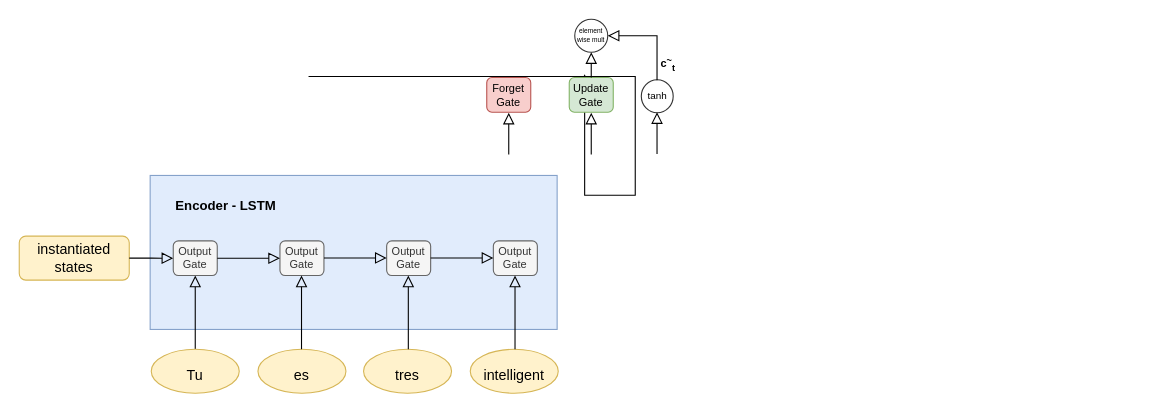
The draw.io diagram _notebooks/images/seq2seqLSTM/images/encoder_decoder.drawio in nikita-yatchenko/blog, before the edit. Source tidied: cells renumbered, new cells numbered last; positions are measured from the earlier drawing's top-left corner, leaving out a move shared by most shapes. Both pictures are drawn from the tidied source at 110%, with x=0, y=0 at pixel (19, 19).
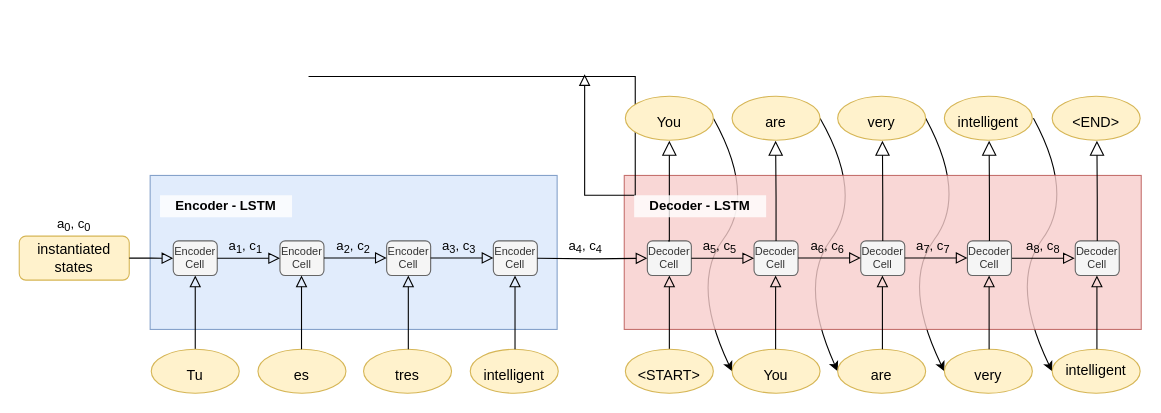
Above is the later version.

Change to the diagram source:
```diff
@@
+    <mxCell id="32" style="curved=1;endArrow=classic;html=1;strokeWidth=1;fontColor=#FFFFFF;exitX=1;exitY=0.5;exitDx=0;exitDy=0;entryX=0;entryY=0.5;entryDx=0;entryDy=0;" parent="1" edge="1" target="70">
+      <mxGeometry relative="1" as="geometry">
+        <mxPoint x="922" y="90" as="sourcePoint" />
+        <Array as="points">
+          <mxPoint x="960" y="160" />
+          <mxPoint x="900" y="240" />
+        </Array>
+      </mxGeometry>
+    </mxCell>
+    <mxCell id="33" style="curved=1;endArrow=classic;html=1;strokeWidth=1;fontColor=#FFFFFF;exitX=1;exitY=0.5;exitDx=0;exitDy=0;entryX=0;entryY=0.5;entryDx=0;entryDy=0;" parent="1" edge="1" source="66" target="47">
+      <mxGeometry relative="1" as="geometry">
+        <Array as="points">
+          <mxPoint x="768" y="160" />
+          <mxPoint x="708" y="240" />
+        </Array>
+      </mxGeometry>
+    </mxCell>
+    <mxCell id="34" style="curved=1;endArrow=classic;html=1;strokeWidth=1;fontColor=#FFFFFF;exitX=1;exitY=0.5;exitDx=0;exitDy=0;entryX=0;entryY=0.5;entryDx=0;entryDy=0;" parent="1" edge="1" source="67" target="48">
+      <mxGeometry relative="1" as="geometry">
+        <Array as="points">
+          <mxPoint x="862" y="160" />
+          <mxPoint x="802" y="240" />
+        </Array>
+      </mxGeometry>
+    </mxCell>
+    <mxCell id="35" style="curved=1;endArrow=classic;html=1;strokeWidth=1;fontColor=#FFFFFF;entryX=0;entryY=0.5;entryDx=0;entryDy=0;exitX=1;exitY=0.5;exitDx=0;exitDy=0;" parent="1" edge="1" source="65" target="46">
+      <mxGeometry relative="1" as="geometry">
+        <Array as="points">
+          <mxPoint x="670" y="160" />
+          <mxPoint x="610" y="240" />
+        </Array>
+      </mxGeometry>
+    </mxCell>
+    <mxCell id="36" style="rounded=0;whiteSpace=wrap;html=1;fillColor=#f8cecc;strokeColor=#b85450;opacity=80;" parent="1" vertex="1">
+      <mxGeometry x="550" y="142" width="470" height="140" as="geometry" />
+    </mxCell>
@@
-    <mxCell id="7" value="Encoder - LSTM" style="text;html=1;strokeColor=none;fillColor=none;align=center;verticalAlign=middle;whiteSpace=wrap;rounded=0;opacity=80;fontStyle=1;" parent="1" vertex="1">
+    <mxCell id="7" value="Encoder - LSTM" style="text;html=1;strokeColor=none;align=center;verticalAlign=middle;whiteSpace=wrap;rounded=0;opacity=80;fontStyle=1;fillColor=#ffffff;" parent="1" vertex="1">
       <mxGeometry x="128" y="160" width="120" height="20" as="geometry" />
     </mxCell>
@@
-    <mxCell id="9" style="rounded=0;html=1;jettySize=auto;orthogonalLoop=1;fontSize=11;endArrow=block;endFill=0;endSize=8;strokeWidth=1;shadow=0;labelBackgroundColor=none;edgeStyle=orthogonalEdgeStyle;exitX=0.5;exitY=0;exitDx=0;exitDy=0;" parent="1" edge="1">
-      <mxGeometry x="0.33" y="20" relative="1" as="geometry">
-        <mxPoint x="445" y="123" as="sourcePoint" />
-        <mxPoint x="445" y="85" as="targetPoint" />
-        <Array as="points">
-          <mxPoint x="445" y="85" />
-        </Array>
-      </mxGeometry>
-    </mxCell>
-    <mxCell id="10" value="Forget Gate" style="rounded=1;whiteSpace=wrap;html=1;fillColor=#f8cecc;strokeColor=#b85450;fontSize=10;" parent="1" vertex="1">
-      <mxGeometry x="425" y="53" width="40" height="31.5" as="geometry" />
-    </mxCell>
-    <mxCell id="11" style="rounded=0;html=1;jettySize=auto;orthogonalLoop=1;fontSize=11;endArrow=block;endFill=0;endSize=8;strokeWidth=1;shadow=0;labelBackgroundColor=none;edgeStyle=orthogonalEdgeStyle;exitX=0.5;exitY=0;exitDx=0;exitDy=0;" parent="1" edge="1">
-      <mxGeometry x="0.33" y="20" relative="1" as="geometry">
-        <mxPoint x="520" y="123" as="sourcePoint" />
-        <mxPoint x="520" y="85" as="targetPoint" />
-        <Array as="points">
-          <mxPoint x="520" y="85" />
-        </Array>
-      </mxGeometry>
-    </mxCell>
-    <mxCell id="12" value="Update&lt;br style=&quot;font-size: 10px;&quot;&gt;Gate" style="rounded=1;whiteSpace=wrap;html=1;fillColor=#d5e8d4;strokeColor=#82b366;fontSize=10;" parent="1" vertex="1">
-      <mxGeometry x="500" y="53" width="40" height="31.5" as="geometry" />
-    </mxCell>
-    <mxCell id="13" value="tanh" style="ellipse;whiteSpace=wrap;html=1;opacity=80;fontSize=9;direction=south;" parent="1" vertex="1">
-      <mxGeometry x="565.5" y="55" width="29" height="30" as="geometry" />
-    </mxCell>
-    <mxCell id="14" style="rounded=0;html=1;jettySize=auto;orthogonalLoop=1;fontSize=11;endArrow=block;endFill=0;endSize=8;strokeWidth=1;shadow=0;labelBackgroundColor=none;edgeStyle=orthogonalEdgeStyle;exitX=0.5;exitY=0;exitDx=0;exitDy=0;" parent="1" edge="1">
-      <mxGeometry x="0.33" y="20" relative="1" as="geometry">
-        <mxPoint x="579.8" y="122.5" as="sourcePoint" />
-        <mxPoint x="579.8" y="84.5" as="targetPoint" />
-        <Array as="points">
-          <mxPoint x="579.8" y="84.5" />
-        </Array>
-      </mxGeometry>
-    </mxCell>
-    <mxCell id="15" style="rounded=0;html=1;jettySize=auto;fontSize=11;endArrow=block;endFill=0;endSize=8;strokeWidth=1;shadow=0;labelBackgroundColor=none;edgeStyle=orthogonalEdgeStyle;exitX=0.5;exitY=0;exitDx=0;exitDy=0;entryX=1;entryY=0.5;entryDx=0;entryDy=0;" parent="1" edge="1" target="17">
-      <mxGeometry x="0.33" y="20" relative="1" as="geometry">
-        <mxPoint x="579.8" y="55.5" as="sourcePoint" />
-        <Array as="points">
-          <mxPoint x="580" y="15" />
-        </Array>
-      </mxGeometry>
-    </mxCell>
-    <mxCell id="16" value="c&lt;sup&gt;~&lt;/sup&gt;&lt;sub&gt;t&lt;/sub&gt;" style="text;html=1;strokeColor=none;fillColor=none;align=center;verticalAlign=middle;whiteSpace=wrap;rounded=0;fontSize=10;fontStyle=1;" parent="1" vertex="1">
-      <mxGeometry x="570" y="30" width="40" height="20" as="geometry" />
-    </mxCell>
-    <mxCell id="17" value="element wise mult" style="ellipse;whiteSpace=wrap;html=1;opacity=80;fontSize=6;" parent="1" vertex="1">
-      <mxGeometry x="505" width="30" height="30" as="geometry" />
-    </mxCell>
-    <mxCell id="18" style="rounded=0;html=1;jettySize=auto;fontSize=11;endArrow=block;endFill=0;endSize=8;strokeWidth=1;shadow=0;labelBackgroundColor=none;edgeStyle=orthogonalEdgeStyle;entryX=0.5;entryY=1;entryDx=0;entryDy=0;" parent="1" edge="1" target="17">
-      <mxGeometry x="0.33" y="20" relative="1" as="geometry">
-        <mxPoint x="520" y="53" as="sourcePoint" />
-        <Array as="points">
-          <mxPoint x="520" y="53" />
-        </Array>
-      </mxGeometry>
-    </mxCell>
-    <mxCell id="19" value="Output&lt;br style=&quot;font-size: 10px&quot;&gt;Gate" style="rounded=1;whiteSpace=wrap;html=1;fillColor=#f5f5f5;strokeColor=#666666;fontSize=10;fontColor=#333333;" parent="1" vertex="1">
+    <mxCell id="19" value="Encoder Cell" style="rounded=1;whiteSpace=wrap;html=1;fillColor=#f5f5f5;strokeColor=#666666;fontSize=10;fontColor=#333333;" parent="1" vertex="1">
       <mxGeometry x="140" y="201.5" width="40" height="31.5" as="geometry" />
     </mxCell>
@@
-    <mxCell id="23" value="Output&lt;br style=&quot;font-size: 10px&quot;&gt;Gate" style="rounded=1;whiteSpace=wrap;html=1;fillColor=#f5f5f5;strokeColor=#666666;fontSize=10;fontColor=#333333;" parent="1" vertex="1">
+    <mxCell id="23" value="Encoder Cell" style="rounded=1;whiteSpace=wrap;html=1;fillColor=#f5f5f5;strokeColor=#666666;fontSize=10;fontColor=#333333;" parent="1" vertex="1">
       <mxGeometry x="237" y="201.5" width="40" height="31.5" as="geometry" />
     </mxCell>
-    <mxCell id="24" value="Output&lt;br style=&quot;font-size: 10px&quot;&gt;Gate" style="rounded=1;whiteSpace=wrap;html=1;fillColor=#f5f5f5;strokeColor=#666666;fontSize=10;fontColor=#333333;" parent="1" vertex="1">
+    <mxCell id="24" value="Encoder Cell" style="rounded=1;whiteSpace=wrap;html=1;fillColor=#f5f5f5;strokeColor=#666666;fontSize=10;fontColor=#333333;" parent="1" vertex="1">
       <mxGeometry x="334" y="201.5" width="40" height="31.5" as="geometry" />
     </mxCell>
-    <mxCell id="25" value="Output&lt;br style=&quot;font-size: 10px&quot;&gt;Gate" style="rounded=1;whiteSpace=wrap;html=1;fillColor=#f5f5f5;strokeColor=#666666;fontSize=10;fontColor=#333333;" parent="1" vertex="1">
+    <mxCell id="25" value="Encoder Cell" style="rounded=1;whiteSpace=wrap;html=1;fillColor=#f5f5f5;strokeColor=#666666;fontSize=10;fontColor=#333333;" parent="1" vertex="1">
       <mxGeometry x="431" y="201.5" width="40" height="31.5" as="geometry" />
     </mxCell>
@@
+    <mxCell id="37" value="&lt;font style=&quot;font-size: 12px&quot;&gt;a&lt;sub&gt;0&lt;/sub&gt;, c&lt;sub&gt;0&lt;/sub&gt;&lt;/font&gt;" style="text;html=1;strokeColor=none;fillColor=none;align=center;verticalAlign=middle;whiteSpace=wrap;rounded=0;" parent="1" vertex="1">
+      <mxGeometry x="30" y="177" width="40" height="20" as="geometry" />
+    </mxCell>
+    <mxCell id="38" value="&lt;font style=&quot;font-size: 12px&quot;&gt;a&lt;sub&gt;1&lt;/sub&gt;, c&lt;sub&gt;1&lt;/sub&gt;&lt;/font&gt;" style="text;html=1;strokeColor=none;fillColor=none;align=center;verticalAlign=middle;whiteSpace=wrap;rounded=0;" parent="1" vertex="1">
+      <mxGeometry x="186" y="197.2" width="40" height="20" as="geometry" />
+    </mxCell>
+    <mxCell id="39" value="&lt;font style=&quot;font-size: 12px&quot;&gt;a&lt;sub&gt;2&lt;/sub&gt;, c&lt;sub&gt;2&lt;/sub&gt;&lt;/font&gt;" style="text;html=1;strokeColor=none;fillColor=none;align=center;verticalAlign=middle;whiteSpace=wrap;rounded=0;" parent="1" vertex="1">
+      <mxGeometry x="284" y="197.2" width="40" height="20" as="geometry" />
+    </mxCell>
+    <mxCell id="40" value="&lt;font style=&quot;font-size: 12px&quot;&gt;a&lt;sub&gt;3&lt;/sub&gt;, c&lt;sub&gt;3&lt;/sub&gt;&lt;/font&gt;" style="text;html=1;strokeColor=none;fillColor=none;align=center;verticalAlign=middle;whiteSpace=wrap;rounded=0;" parent="1" vertex="1">
+      <mxGeometry x="380" y="197.2" width="40" height="20" as="geometry" />
+    </mxCell>
+    <mxCell id="41" value="&lt;font style=&quot;font-size: 12px&quot;&gt;a&lt;sub&gt;4&lt;/sub&gt;, c&lt;sub&gt;4&lt;/sub&gt;&lt;/font&gt;" style="text;html=1;strokeColor=none;fillColor=none;align=center;verticalAlign=middle;whiteSpace=wrap;rounded=0;" parent="1" vertex="1">
+      <mxGeometry x="495" y="197.2" width="40" height="20" as="geometry" />
+    </mxCell>
+    <mxCell id="42" style="edgeStyle=orthogonalEdgeStyle;rounded=0;html=1;jettySize=auto;fontSize=11;endArrow=block;endFill=0;endSize=8;strokeWidth=1;shadow=0;labelBackgroundColor=none;entryX=0;entryY=0.5;entryDx=0;entryDy=0;" parent="1" edge="1" target="45">
+      <mxGeometry y="10" relative="1" as="geometry">
+        <mxPoint x="471" y="217.3" as="sourcePoint" />
+      </mxGeometry>
+    </mxCell>
+    <mxCell id="43" style="rounded=0;html=1;jettySize=auto;fontSize=11;endArrow=block;endFill=0;endSize=8;strokeWidth=1;shadow=0;labelBackgroundColor=none;edgeStyle=orthogonalEdgeStyle;exitX=0.5;exitY=0;exitDx=0;exitDy=0;entryX=0.5;entryY=1;entryDx=0;entryDy=0;" parent="1" edge="1" source="44" target="45">
+      <mxGeometry x="0.33" y="20" relative="1" as="geometry" />
+    </mxCell>
+    <mxCell id="44" value="&lt;font style=&quot;line-height: 0%&quot;&gt;&lt;sub&gt;&lt;span style=&quot;font-size: 13px&quot;&gt;&amp;lt;START&amp;gt;&lt;/span&gt;&lt;br&gt;&lt;/sub&gt;&lt;/font&gt;" style="ellipse;whiteSpace=wrap;html=1;fillColor=#fff2cc;strokeColor=#d6b656;" parent="1" vertex="1">
+      <mxGeometry x="551" y="300" width="80" height="40" as="geometry" />
+    </mxCell>
+    <mxCell id="45" value="Decoder Cell" style="rounded=1;whiteSpace=wrap;html=1;fillColor=#f5f5f5;strokeColor=#666666;fontSize=10;fontColor=#333333;" parent="1" vertex="1">
+      <mxGeometry x="571" y="201.5" width="40" height="31.5" as="geometry" />
+    </mxCell>
+    <mxCell id="46" value="&lt;font style=&quot;line-height: 0%&quot;&gt;&lt;sub&gt;&lt;span style=&quot;font-size: 13px&quot;&gt;You&lt;/span&gt;&lt;br&gt;&lt;/sub&gt;&lt;/font&gt;" style="ellipse;whiteSpace=wrap;html=1;fillColor=#fff2cc;strokeColor=#d6b656;" parent="1" vertex="1">
+      <mxGeometry x="648" y="300" width="80" height="40" as="geometry" />
+    </mxCell>
+    <mxCell id="47" value="&lt;font style=&quot;line-height: 0%&quot;&gt;&lt;sub&gt;&lt;span style=&quot;font-size: 13px&quot;&gt;are&lt;/span&gt;&lt;br&gt;&lt;/sub&gt;&lt;/font&gt;" style="ellipse;whiteSpace=wrap;html=1;fillColor=#fff2cc;strokeColor=#d6b656;" parent="1" vertex="1">
+      <mxGeometry x="744" y="300" width="80" height="40" as="geometry" />
+    </mxCell>
+    <mxCell id="48" value="&lt;font style=&quot;line-height: 0%&quot;&gt;&lt;sub&gt;&lt;span style=&quot;font-size: 13px&quot;&gt;very&lt;/span&gt;&lt;br&gt;&lt;/sub&gt;&lt;/font&gt;" style="ellipse;whiteSpace=wrap;html=1;fillColor=#fff2cc;strokeColor=#d6b656;" parent="1" vertex="1">
+      <mxGeometry x="841" y="300" width="80" height="40" as="geometry" />
+    </mxCell>
+    <mxCell id="49" value="Decoder Cell" style="rounded=1;whiteSpace=wrap;html=1;fillColor=#f5f5f5;strokeColor=#666666;fontSize=10;fontColor=#333333;" parent="1" vertex="1">
+      <mxGeometry x="668" y="201.5" width="40" height="31.5" as="geometry" />
+    </mxCell>
+    <mxCell id="50" value="Decoder Cell" style="rounded=1;whiteSpace=wrap;html=1;fillColor=#f5f5f5;strokeColor=#666666;fontSize=10;fontColor=#333333;" parent="1" vertex="1">
+      <mxGeometry x="765" y="201.5" width="40" height="31.5" as="geometry" />
+    </mxCell>
+    <mxCell id="51" value="Decoder Cell" style="rounded=1;whiteSpace=wrap;html=1;fillColor=#f5f5f5;strokeColor=#666666;fontSize=10;fontColor=#333333;" parent="1" vertex="1">
+      <mxGeometry x="862" y="201.5" width="40" height="31.5" as="geometry" />
+    </mxCell>
+    <mxCell id="52" style="rounded=0;html=1;jettySize=auto;orthogonalLoop=1;fontSize=11;endArrow=block;endFill=0;endSize=8;strokeWidth=1;shadow=0;labelBackgroundColor=none;edgeStyle=orthogonalEdgeStyle;exitX=0.5;exitY=0;exitDx=0;exitDy=0;entryX=0.5;entryY=1;entryDx=0;entryDy=0;" parent="1" edge="1">
+      <mxGeometry x="0.33" y="20" relative="1" as="geometry">
+        <mxPoint x="687.6" y="300" as="sourcePoint" />
+        <mxPoint x="687.6" y="233" as="targetPoint" />
+      </mxGeometry>
+    </mxCell>
+    <mxCell id="53" style="rounded=0;html=1;jettySize=auto;orthogonalLoop=1;fontSize=11;endArrow=block;endFill=0;endSize=8;strokeWidth=1;shadow=0;labelBackgroundColor=none;edgeStyle=orthogonalEdgeStyle;exitX=0.5;exitY=0;exitDx=0;exitDy=0;entryX=0.5;entryY=1;entryDx=0;entryDy=0;" parent="1" edge="1">
+      <mxGeometry x="0.33" y="20" relative="1" as="geometry">
+        <mxPoint x="784.7" y="300" as="sourcePoint" />
+        <mxPoint x="784.7" y="233" as="targetPoint" />
+      </mxGeometry>
+    </mxCell>
+    <mxCell id="54" style="rounded=0;html=1;jettySize=auto;orthogonalLoop=1;fontSize=11;endArrow=block;endFill=0;endSize=8;strokeWidth=1;shadow=0;labelBackgroundColor=none;edgeStyle=orthogonalEdgeStyle;exitX=0.5;exitY=0;exitDx=0;exitDy=0;entryX=0.5;entryY=1;entryDx=0;entryDy=0;" parent="1" edge="1">
+      <mxGeometry x="0.33" y="20" relative="1" as="geometry">
+        <mxPoint x="881.7" y="300" as="sourcePoint" />
+        <mxPoint x="881.7" y="233" as="targetPoint" />
+      </mxGeometry>
+    </mxCell>
+    <mxCell id="55" style="edgeStyle=orthogonalEdgeStyle;rounded=0;html=1;jettySize=auto;fontSize=11;endArrow=block;endFill=0;endSize=8;strokeWidth=1;shadow=0;labelBackgroundColor=none;entryX=0;entryY=0.5;entryDx=0;entryDy=0;" parent="1" edge="1" source="45" target="49">
+      <mxGeometry y="10" relative="1" as="geometry" />
+    </mxCell>
+    <mxCell id="56" style="edgeStyle=orthogonalEdgeStyle;rounded=0;html=1;jettySize=auto;orthogonalLoop=1;fontSize=11;endArrow=block;endFill=0;endSize=8;strokeWidth=1;shadow=0;labelBackgroundColor=none;entryX=0;entryY=0.5;entryDx=0;entryDy=0;" parent="1" edge="1">
+      <mxGeometry y="10" relative="1" as="geometry">
+        <mxPoint x="708" y="217" as="sourcePoint" />
+        <mxPoint x="765" y="217" as="targetPoint" />
+      </mxGeometry>
+    </mxCell>
+    <mxCell id="57" style="edgeStyle=orthogonalEdgeStyle;rounded=0;html=1;jettySize=auto;orthogonalLoop=1;fontSize=11;endArrow=block;endFill=0;endSize=8;strokeWidth=1;shadow=0;labelBackgroundColor=none;entryX=0;entryY=0.5;entryDx=0;entryDy=0;" parent="1" edge="1">
+      <mxGeometry y="10" relative="1" as="geometry">
+        <mxPoint x="805" y="217" as="sourcePoint" />
+        <mxPoint x="862" y="217" as="targetPoint" />
+      </mxGeometry>
+    </mxCell>
+    <mxCell id="58" value="&lt;font style=&quot;font-size: 12px&quot;&gt;a&lt;sub&gt;5&lt;/sub&gt;, c&lt;sub&gt;5&lt;/sub&gt;&lt;/font&gt;" style="text;html=1;strokeColor=none;fillColor=none;align=center;verticalAlign=middle;whiteSpace=wrap;rounded=0;" parent="1" vertex="1">
+      <mxGeometry x="617" y="197.2" width="40" height="20" as="geometry" />
+    </mxCell>
+    <mxCell id="59" value="&lt;font style=&quot;font-size: 12px&quot;&gt;a&lt;sub&gt;6&lt;/sub&gt;, c&lt;sub&gt;6&lt;/sub&gt;&lt;/font&gt;" style="text;html=1;strokeColor=none;fillColor=none;align=center;verticalAlign=middle;whiteSpace=wrap;rounded=0;" parent="1" vertex="1">
+      <mxGeometry x="715" y="197.2" width="40" height="20" as="geometry" />
+    </mxCell>
+    <mxCell id="60" value="&lt;font style=&quot;font-size: 12px&quot;&gt;a&lt;sub&gt;7&lt;/sub&gt;, c&lt;sub&gt;7&lt;/sub&gt;&lt;/font&gt;" style="text;html=1;strokeColor=none;fillColor=none;align=center;verticalAlign=middle;whiteSpace=wrap;rounded=0;" parent="1" vertex="1">
+      <mxGeometry x="811" y="197.2" width="40" height="20" as="geometry" />
+    </mxCell>
+    <mxCell id="61" style="rounded=0;html=1;jettySize=auto;orthogonalLoop=1;fontSize=11;endArrow=block;endFill=0;endSize=11;strokeWidth=1;shadow=0;labelBackgroundColor=none;edgeStyle=orthogonalEdgeStyle;exitX=0.5;exitY=0;exitDx=0;exitDy=0;entryX=0.5;entryY=1;entryDx=0;entryDy=0;targetPerimeterSpacing=0;sourcePerimeterSpacing=0;" parent="1" edge="1">
+      <mxGeometry x="0.33" y="20" relative="1" as="geometry">
+        <mxPoint x="590" y="201.5" as="sourcePoint" />
+        <mxPoint x="591" y="110.5" as="targetPoint" />
+        <Array as="points">
+          <mxPoint x="591" y="201" />
+        </Array>
+      </mxGeometry>
+    </mxCell>
+    <mxCell id="62" style="rounded=0;html=1;jettySize=auto;fontSize=11;endArrow=block;endFill=0;endSize=11;strokeWidth=1;shadow=0;labelBackgroundColor=none;edgeStyle=orthogonalEdgeStyle;exitX=0.5;exitY=0;exitDx=0;exitDy=0;entryX=0.5;entryY=1;entryDx=0;entryDy=0;targetPerimeterSpacing=0;sourcePerimeterSpacing=0;" parent="1" edge="1" source="49">
+      <mxGeometry x="0.33" y="20" relative="1" as="geometry">
+        <mxPoint x="687.6" y="110.5" as="targetPoint" />
+      </mxGeometry>
+    </mxCell>
+    <mxCell id="63" style="rounded=0;html=1;jettySize=auto;fontSize=11;endArrow=block;endFill=0;endSize=11;strokeWidth=1;shadow=0;labelBackgroundColor=none;edgeStyle=orthogonalEdgeStyle;exitX=0.5;exitY=0;exitDx=0;exitDy=0;entryX=0.5;entryY=1;entryDx=0;entryDy=0;targetPerimeterSpacing=0;sourcePerimeterSpacing=0;" parent="1" edge="1" source="50">
+      <mxGeometry x="0.33" y="20" relative="1" as="geometry">
+        <mxPoint x="784.7" y="110.5" as="targetPoint" />
+      </mxGeometry>
+    </mxCell>
+    <mxCell id="64" style="rounded=0;html=1;jettySize=auto;fontSize=11;endArrow=block;endFill=0;endSize=11;strokeWidth=1;shadow=0;labelBackgroundColor=none;edgeStyle=orthogonalEdgeStyle;exitX=0.5;exitY=0;exitDx=0;exitDy=0;entryX=0.5;entryY=1;entryDx=0;entryDy=0;targetPerimeterSpacing=0;sourcePerimeterSpacing=0;" parent="1" edge="1" source="51">
+      <mxGeometry x="0.33" y="20" relative="1" as="geometry">
+        <mxPoint x="881.7" y="110.5" as="targetPoint" />
+      </mxGeometry>
+    </mxCell>
+    <mxCell id="65" value="&lt;font style=&quot;line-height: 0%&quot;&gt;&lt;sub&gt;&lt;span style=&quot;font-size: 13px&quot;&gt;You&lt;/span&gt;&lt;br&gt;&lt;/sub&gt;&lt;/font&gt;" style="ellipse;whiteSpace=wrap;html=1;fillColor=#fff2cc;strokeColor=#d6b656;" parent="1" vertex="1">
+      <mxGeometry x="551" y="70" width="80" height="40" as="geometry" />
+    </mxCell>
+    <mxCell id="66" value="&lt;font style=&quot;line-height: 0%&quot;&gt;&lt;sub&gt;&lt;span style=&quot;font-size: 13px&quot;&gt;are&lt;/span&gt;&lt;br&gt;&lt;/sub&gt;&lt;/font&gt;" style="ellipse;whiteSpace=wrap;html=1;fillColor=#fff2cc;strokeColor=#d6b656;" parent="1" vertex="1">
+      <mxGeometry x="648" y="70" width="80" height="40" as="geometry" />
+    </mxCell>
+    <mxCell id="67" value="&lt;font style=&quot;line-height: 0%&quot;&gt;&lt;sub&gt;&lt;span style=&quot;font-size: 13px&quot;&gt;very&lt;/span&gt;&lt;br&gt;&lt;/sub&gt;&lt;/font&gt;" style="ellipse;whiteSpace=wrap;html=1;fillColor=#fff2cc;strokeColor=#d6b656;" parent="1" vertex="1">
+      <mxGeometry x="744" y="70" width="80" height="40" as="geometry" />
+    </mxCell>
+    <mxCell id="68" value="&lt;font style=&quot;line-height: 0%&quot;&gt;&lt;sub&gt;&lt;span style=&quot;font-size: 13px&quot;&gt;intelligent&lt;/span&gt;&lt;br&gt;&lt;/sub&gt;&lt;/font&gt;" style="ellipse;whiteSpace=wrap;html=1;fillColor=#fff2cc;strokeColor=#d6b656;" parent="1" vertex="1">
+      <mxGeometry x="841" y="70" width="80" height="40" as="geometry" />
+    </mxCell>
+    <mxCell id="69" value="Decoder - LSTM" style="text;html=1;align=center;verticalAlign=middle;whiteSpace=wrap;rounded=0;opacity=80;fontStyle=1;fillColor=#ffffff;" parent="1" vertex="1">
+      <mxGeometry x="559" y="160" width="120" height="20" as="geometry" />
+    </mxCell>
+    <mxCell id="70" value="&lt;font style=&quot;line-height: 0%&quot;&gt;&lt;span style=&quot;font-size: 13px&quot;&gt;intelligent&lt;/span&gt;&lt;sub&gt;&lt;br&gt;&lt;/sub&gt;&lt;/font&gt;" style="ellipse;whiteSpace=wrap;html=1;fillColor=#fff2cc;strokeColor=#d6b656;" parent="1" vertex="1">
+      <mxGeometry x="939" y="300" width="80" height="40" as="geometry" />
+    </mxCell>
+    <mxCell id="71" value="Decoder Cell" style="rounded=1;whiteSpace=wrap;html=1;fillColor=#f5f5f5;strokeColor=#666666;fontSize=10;fontColor=#333333;" parent="1" vertex="1">
+      <mxGeometry x="960" y="201.5" width="40" height="31.5" as="geometry" />
+    </mxCell>
+    <mxCell id="72" style="rounded=0;html=1;jettySize=auto;orthogonalLoop=1;fontSize=11;endArrow=block;endFill=0;endSize=8;strokeWidth=1;shadow=0;labelBackgroundColor=none;edgeStyle=orthogonalEdgeStyle;exitX=0.5;exitY=0;exitDx=0;exitDy=0;entryX=0.5;entryY=1;entryDx=0;entryDy=0;" parent="1" edge="1">
+      <mxGeometry x="0.33" y="20" relative="1" as="geometry">
+        <mxPoint x="979.7" y="300" as="sourcePoint" />
+        <mxPoint x="979.7" y="233" as="targetPoint" />
+      </mxGeometry>
+    </mxCell>
+    <mxCell id="73" value="&lt;font style=&quot;font-size: 12px&quot;&gt;a&lt;sub&gt;8&lt;/sub&gt;, c&lt;sub&gt;8&lt;/sub&gt;&lt;/font&gt;" style="text;html=1;strokeColor=none;fillColor=none;align=center;verticalAlign=middle;whiteSpace=wrap;rounded=0;" parent="1" vertex="1">
+      <mxGeometry x="911" y="197.2" width="40" height="20" as="geometry" />
+    </mxCell>
+    <mxCell id="74" style="rounded=0;html=1;jettySize=auto;fontSize=11;endArrow=block;endFill=0;endSize=11;strokeWidth=1;shadow=0;labelBackgroundColor=none;edgeStyle=orthogonalEdgeStyle;exitX=0.5;exitY=0;exitDx=0;exitDy=0;entryX=0.5;entryY=1;entryDx=0;entryDy=0;targetPerimeterSpacing=0;sourcePerimeterSpacing=0;" parent="1" edge="1" source="71">
+      <mxGeometry x="0.33" y="20" relative="1" as="geometry">
+        <mxPoint x="979.7" y="110.5" as="targetPoint" />
+      </mxGeometry>
+    </mxCell>
+    <mxCell id="75" value="&lt;font style=&quot;line-height: 0%&quot;&gt;&lt;sub&gt;&lt;span style=&quot;font-size: 13px&quot;&gt;&amp;lt;END&amp;gt;&lt;/span&gt;&lt;br&gt;&lt;/sub&gt;&lt;/font&gt;" style="ellipse;whiteSpace=wrap;html=1;fillColor=#fff2cc;strokeColor=#d6b656;" parent="1" vertex="1">
+      <mxGeometry x="939" y="70" width="80" height="40" as="geometry" />
+    </mxCell>
+    <mxCell id="76" style="edgeStyle=orthogonalEdgeStyle;rounded=0;html=1;jettySize=auto;orthogonalLoop=1;fontSize=11;endArrow=block;endFill=0;endSize=8;strokeWidth=1;shadow=0;labelBackgroundColor=none;entryX=0;entryY=0.5;entryDx=0;entryDy=0;" parent="1" edge="1">
+      <mxGeometry y="10" relative="1" as="geometry">
+        <mxPoint x="902.5" y="217.3" as="sourcePoint" />
+        <mxPoint x="959.5" y="217.3" as="targetPoint" />
+      </mxGeometry>
+    </mxCell>
```
